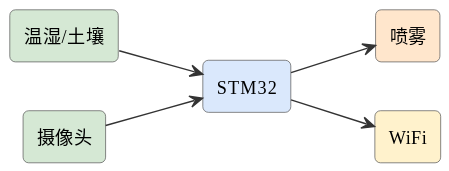
Before: assets/diagrams/ideas-fig29.svg, a diagram exported from PlantUML (mingyi0818/IntelligentMcuCourse).
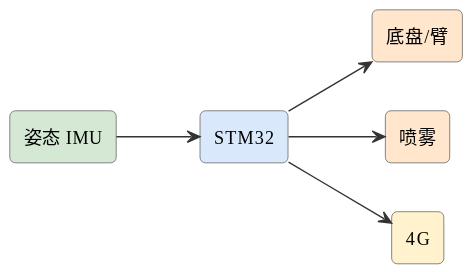
The same file after the commit.

What changed in the source:
```diff
@@ -6,13 +6,13 @@
 skinparam arrowFontSize 11
 skinparam arrowColor #333
 left to right direction
-rectangle "温湿/土壤" as s #d5e8d4
+rectangle "姿态 IMU" as imu #d5e8d4
 rectangle "STM32" as stm #dae8fc
-rectangle "喷雾" as pump #ffe6cc
-rectangle "摄像头" as cam #d5e8d4
-rectangle "WiFi" as wifi #fff2cc
-s --> stm
-stm --> pump
-cam --> stm
-stm --> wifi
+rectangle "底盘/臂" as motor #ffe6cc
+rectangle "喷雾" as spray #ffe6cc
+rectangle "4G" as g #fff2cc
+imu --> stm
+stm --> motor
+stm --> spray
+stm --> g
 @enduml
```
